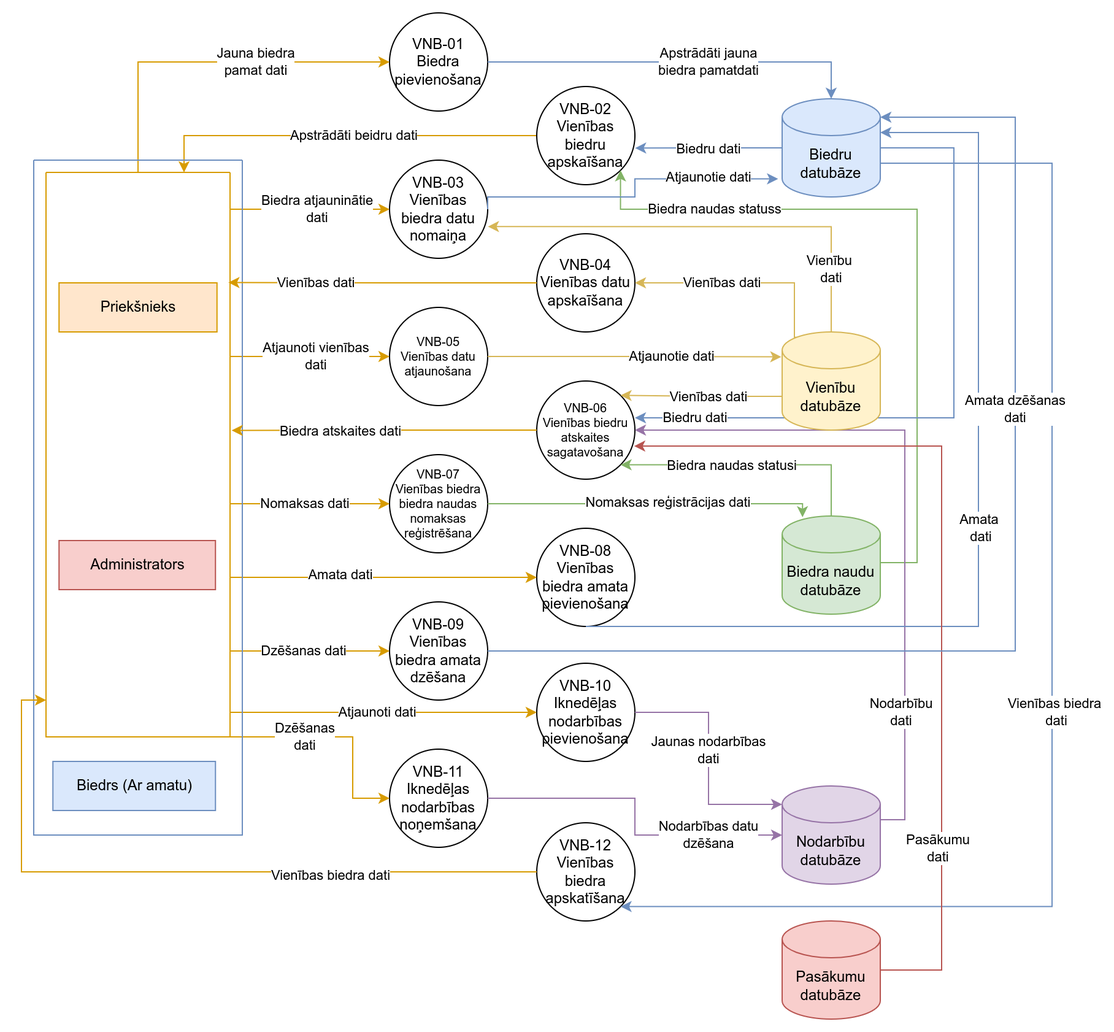
Before: Documentation/2_limena_VNB_DPD.png, a diagram exported from draw.io (JekabsVanags/LSGCO_IS). Source tidied: cells renumbered, new cells last; positions are measured from the earlier drawing's top-left corner, leaving out a move shared by most shapes.
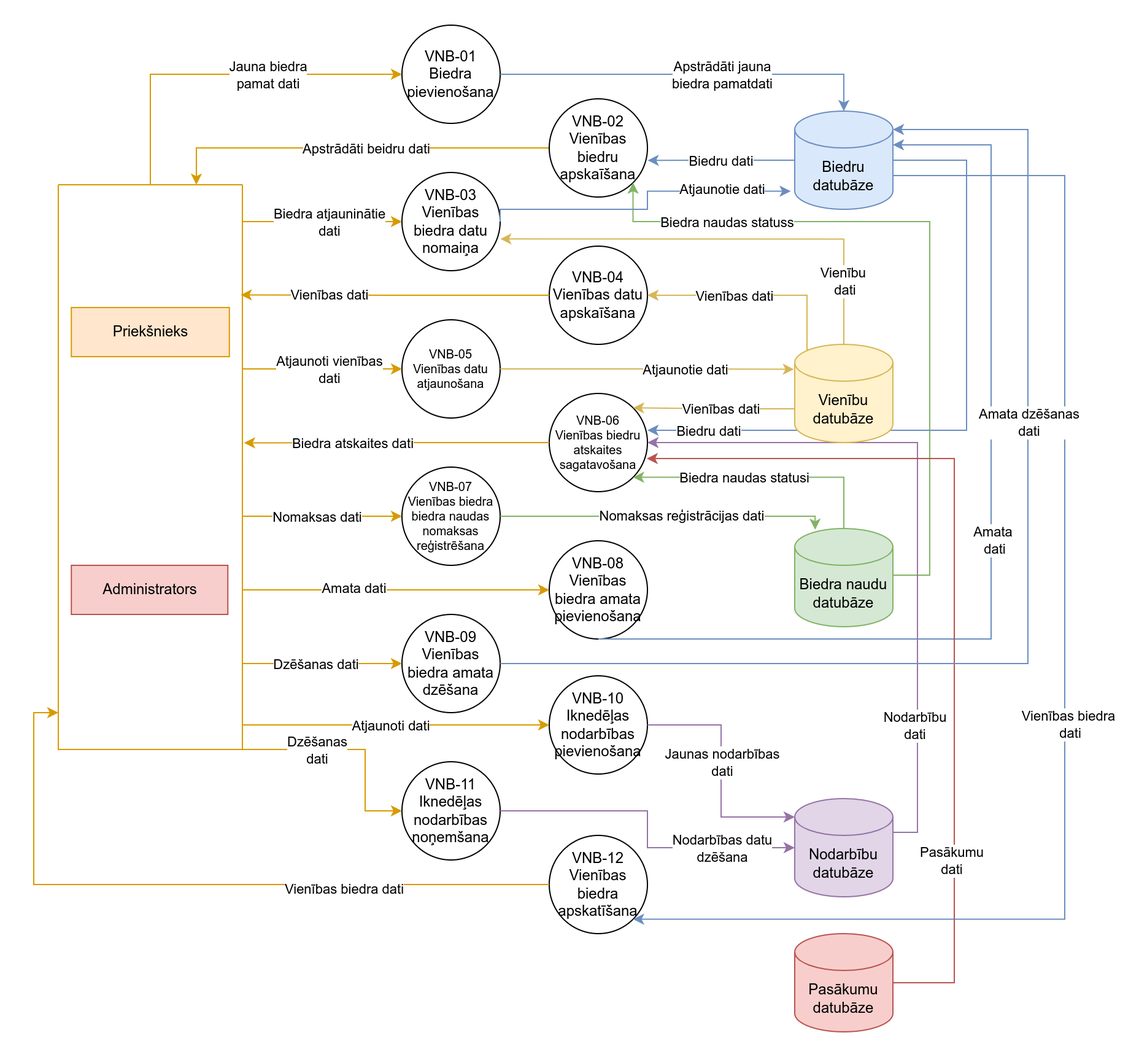
Later version of the same file.

The edit, as a diff of the source:
```diff
@@ -220,18 +220,12 @@
     <mxCell id="47" style="swimlane;startSize=0;fillColor=#ffe6cc;strokeColor=#d79b00;" parent="1" vertex="1">
       <mxGeometry x="20" y="130" width="150" height="460" as="geometry" />
     </mxCell>
-    <mxCell id="48" style="swimlane;startSize=0;fillColor=#dae8fc;strokeColor=#6c8ebf;" parent="1" vertex="1">
-      <mxGeometry x="10" y="120" width="170" height="550" as="geometry" />
-    </mxCell>
-    <mxCell id="49" value="Priekšnieks" style="rounded=0;whiteSpace=wrap;html=1;fillColor=#ffe6cc;strokeColor=#d79b00;fontColor=#000000;" parent="48" vertex="1">
-      <mxGeometry x="20.6" y="100" width="128.8" height="40" as="geometry" />
+    <mxCell id="49" value="Priekšnieks" style="rounded=0;whiteSpace=wrap;html=1;fillColor=#ffe6cc;strokeColor=#d79b00;fontColor=#000000;" parent="47" vertex="1">
+      <mxGeometry x="10.6" y="100" width="128.8" height="40" as="geometry" />
     </mxCell>
-    <mxCell id="50" value="Administrators" style="rounded=0;whiteSpace=wrap;html=1;fillColor=#f8cecc;strokeColor=#b85450;fontColor=#000000;" parent="48" vertex="1">
-      <mxGeometry x="20.6" y="310" width="127.5" height="40" as="geometry" />
+    <mxCell id="50" value="Administrators" style="rounded=0;whiteSpace=wrap;html=1;fillColor=#f8cecc;strokeColor=#b85450;fontColor=#000000;" parent="47" vertex="1">
+      <mxGeometry x="10.6" y="310" width="127.5" height="40" as="geometry" />
     </mxCell>
-    <mxCell id="51" value="Biedrs (Ar amatu)" style="rounded=0;whiteSpace=wrap;html=1;fillColor=#dae8fc;strokeColor=#6c8ebf;labelBackgroundColor=none;fontColor=#000000;" parent="48" vertex="1">
-      <mxGeometry x="15.6" y="490" width="132.5" height="40" as="geometry" />
-    </mxCell>
     <mxCell id="52" style="edgeStyle=orthogonalEdgeStyle;rounded=0;jettySize=auto;html=1;exitX=1;exitY=0.5;exitDx=0;exitDy=0;entryX=0.5;entryY=0;entryDx=0;entryDy=0;entryPerimeter=0;fillColor=#dae8fc;strokeColor=#6c8ebf;" parent="1" edge="1" source="2" target="18">
       <mxGeometry relative="1" as="geometry" />
     </mxCell>
```
